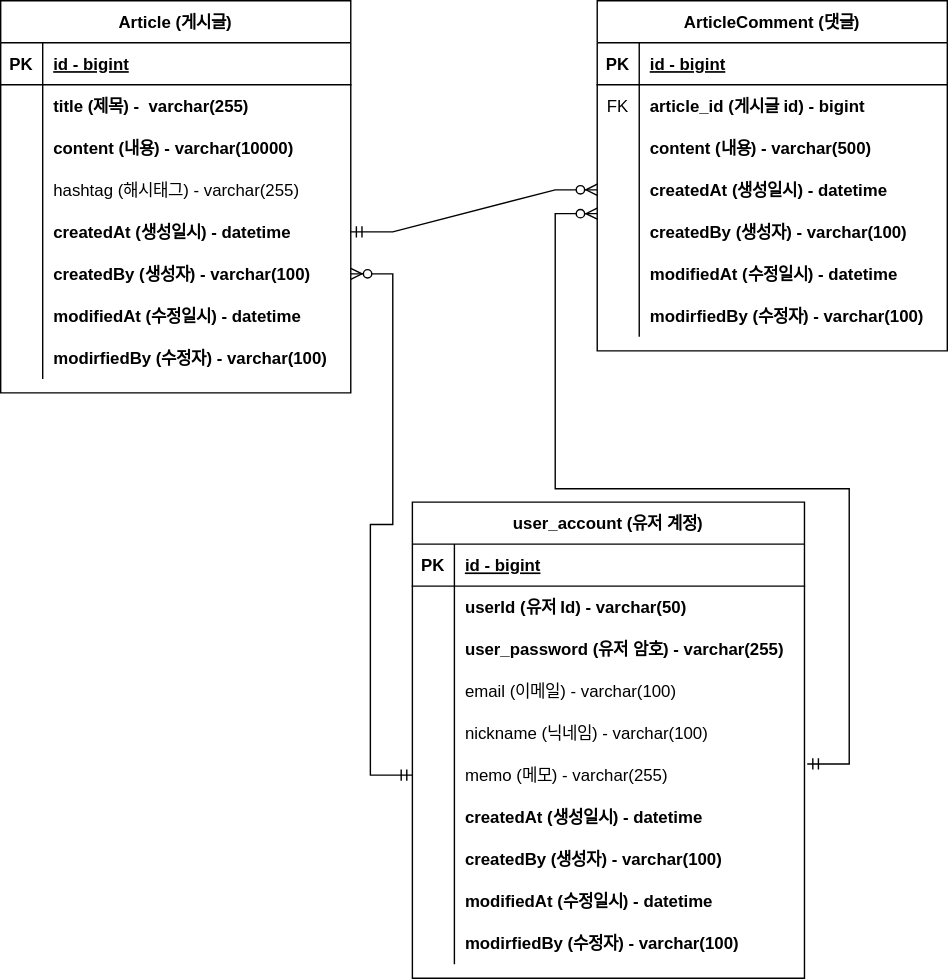
The draw.io diagram document/project-board-erd.svg in minah9999/fastcampus-project-board, before a commit. Source tidied: cells renumbered, new cells last; positions are measured from the earlier drawing's top-left corner, leaving out a move shared by most shapes.
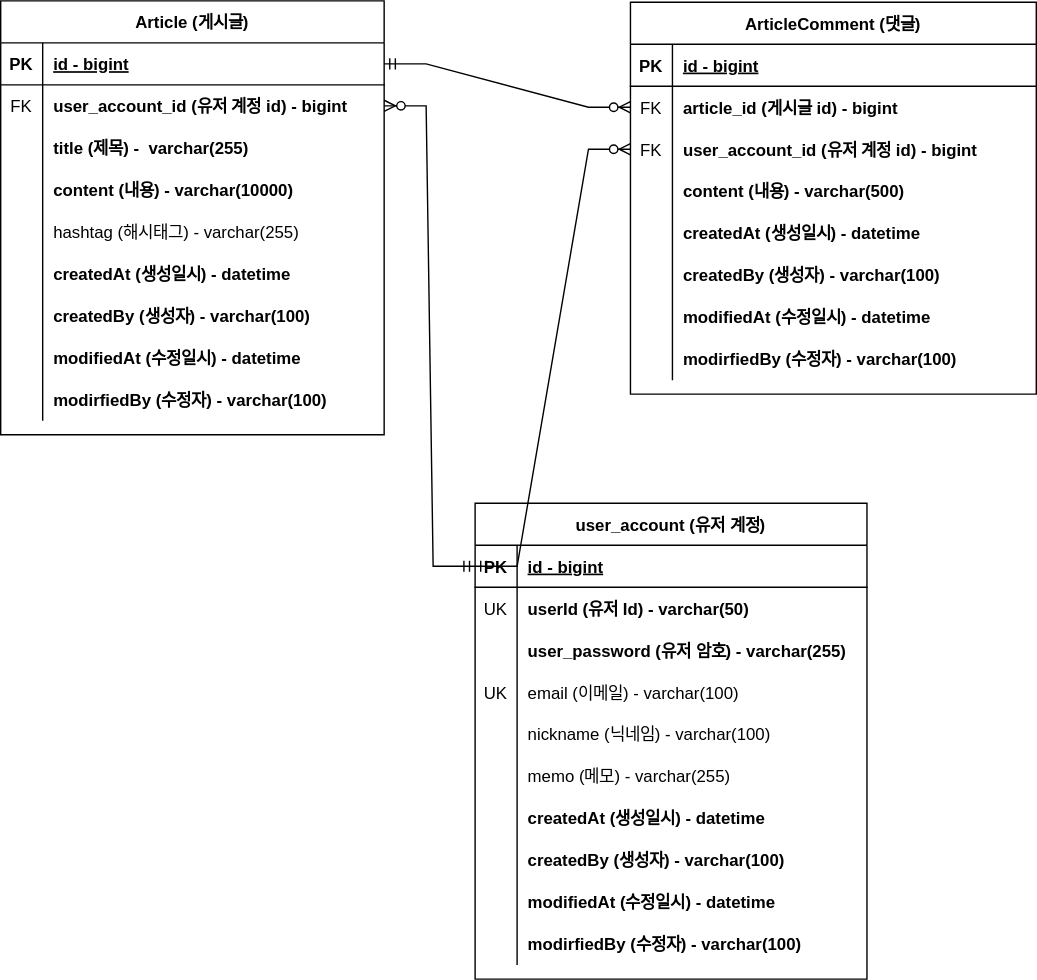
After the change.

The edit, as a diff of the source:
```diff
@@ -3,151 +3,169 @@
     <mxCell id="0" />
     <mxCell id="1" parent="0" />
     <mxCell id="2" value="Article (게시글)" style="shape=table;startSize=30;rowLines=0;fontStyle=1;align=center;" parent="1" vertex="1">
-      <mxGeometry width="250" height="280" as="geometry" />
+      <mxGeometry x="-24" y="-1" width="274" height="310" as="geometry" />
     </mxCell>
     <mxCell id="3" style="shape=partialRectangle;fillColor=none;points=[[0,0.5],[1,0.5]];portConstraint=eastwest;top=0;left=0;right=0;bottom=1;" parent="2" vertex="1">
-      <mxGeometry y="30" width="250" height="30" as="geometry" />
+      <mxGeometry y="30" width="274" height="30" as="geometry" />
     </mxCell>
     <mxCell id="4" value="PK" style="shape=partialRectangle;overflow=hidden;fillColor=none;top=0;left=0;bottom=0;right=0;fontStyle=1;" parent="3" vertex="1">
       <mxGeometry width="30" height="30" as="geometry" />
     </mxCell>
     <mxCell id="5" value="id - bigint" style="shape=partialRectangle;overflow=hidden;fillColor=none;top=0;left=0;bottom=0;right=0;align=left;spacingLeft=6;fontStyle=5;" parent="3" vertex="1">
-      <mxGeometry x="30" width="220" height="30" as="geometry" />
+      <mxGeometry x="30" width="244" height="30" as="geometry" />
     </mxCell>
     <mxCell id="6" style="shape=partialRectangle;fillColor=none;points=[[0,0.5],[1,0.5]];portConstraint=eastwest;top=0;left=0;right=0;bottom=0;" parent="2" vertex="1">
-      <mxGeometry y="60" width="250" height="30" as="geometry" />
+      <mxGeometry y="60" width="274" height="30" as="geometry" />
     </mxCell>
-    <mxCell id="7" style="shape=partialRectangle;overflow=hidden;fillColor=none;top=0;left=0;bottom=0;right=0;" parent="6" vertex="1">
+    <mxCell id="7" value="FK" style="shape=partialRectangle;overflow=hidden;fillColor=none;top=0;left=0;bottom=0;right=0;" parent="6" vertex="1">
       <mxGeometry width="30" height="30" as="geometry" />
     </mxCell>
-    <mxCell id="8" value="title (제목) -  varchar(255)" style="shape=partialRectangle;overflow=hidden;fillColor=none;top=0;left=0;bottom=0;right=0;align=left;spacingLeft=6;fontStyle=1;" parent="6" vertex="1">
-      <mxGeometry x="30" width="220" height="30" as="geometry" />
+    <mxCell id="8" value="user_account_id (유저 계정 id) - bigint" style="shape=partialRectangle;overflow=hidden;fillColor=none;top=0;left=0;bottom=0;right=0;align=left;spacingLeft=6;fontStyle=1;" parent="6" vertex="1">
+      <mxGeometry x="30" width="244" height="30" as="geometry" />
     </mxCell>
+    <mxCell id="83" style="shape=partialRectangle;fillColor=none;top=0;left=0;right=0;bottom=0;" parent="2" vertex="1">
+      <mxGeometry y="90" width="274" height="30" as="geometry" />
+    </mxCell>
+    <mxCell id="84" style="shape=partialRectangle;overflow=hidden;fillColor=none;top=0;left=0;bottom=0;right=0;" parent="83" vertex="1">
+      <mxGeometry width="30" height="30" as="geometry" />
+    </mxCell>
+    <mxCell id="85" value="title (제목) -  varchar(255)" style="shape=partialRectangle;overflow=hidden;fillColor=none;top=0;left=0;bottom=0;right=0;align=left;spacingLeft=6;fontStyle=1;" parent="83" vertex="1">
+      <mxGeometry x="30" width="244" height="30" as="geometry" />
+    </mxCell>
     <mxCell id="9" style="shape=partialRectangle;fillColor=none;top=0;left=0;right=0;bottom=0;" parent="2" vertex="1">
-      <mxGeometry y="90" width="250" height="30" as="geometry" />
+      <mxGeometry y="120" width="274" height="30" as="geometry" />
     </mxCell>
     <mxCell id="10" style="shape=partialRectangle;overflow=hidden;fillColor=none;top=0;left=0;bottom=0;right=0;" parent="9" vertex="1">
       <mxGeometry width="30" height="30" as="geometry" />
     </mxCell>
     <mxCell id="11" value="content (내용) - varchar(10000)" style="shape=partialRectangle;overflow=hidden;fillColor=none;top=0;left=0;bottom=0;right=0;align=left;spacingLeft=6;fontStyle=1;" parent="9" vertex="1">
-      <mxGeometry x="30" width="220" height="30" as="geometry" />
+      <mxGeometry x="30" width="244" height="30" as="geometry" />
     </mxCell>
     <mxCell id="12" style="shape=partialRectangle;fillColor=none;top=0;left=0;right=0;bottom=0;" parent="2" vertex="1">
-      <mxGeometry y="120" width="250" height="30" as="geometry" />
+      <mxGeometry y="150" width="274" height="30" as="geometry" />
     </mxCell>
     <mxCell id="13" style="shape=partialRectangle;overflow=hidden;fillColor=none;top=0;left=0;bottom=0;right=0;" parent="12" vertex="1">
       <mxGeometry width="30" height="30" as="geometry" />
     </mxCell>
     <mxCell id="14" value="hashtag (해시태그) - varchar(255)" style="shape=partialRectangle;overflow=hidden;fillColor=none;top=0;left=0;bottom=0;right=0;align=left;spacingLeft=6;" parent="12" vertex="1">
-      <mxGeometry x="30" width="220" height="30" as="geometry" />
+      <mxGeometry x="30" width="244" height="30" as="geometry" />
     </mxCell>
     <mxCell id="15" style="shape=partialRectangle;fillColor=none;points=[[0,0.5],[1,0.5]];portConstraint=eastwest;top=0;left=0;right=0;bottom=0;" parent="2" vertex="1">
-      <mxGeometry y="150" width="250" height="30" as="geometry" />
+      <mxGeometry y="180" width="274" height="30" as="geometry" />
     </mxCell>
     <mxCell id="16" style="shape=partialRectangle;overflow=hidden;fillColor=none;top=0;left=0;bottom=0;right=0;" parent="15" vertex="1">
       <mxGeometry width="30" height="30" as="geometry" />
     </mxCell>
     <mxCell id="17" value="createdAt (생성일시) - datetime" style="shape=partialRectangle;overflow=hidden;fillColor=none;top=0;left=0;bottom=0;right=0;align=left;spacingLeft=6;fontStyle=1;" parent="15" vertex="1">
-      <mxGeometry x="30" width="220" height="30" as="geometry" />
+      <mxGeometry x="30" width="244" height="30" as="geometry" />
     </mxCell>
     <mxCell id="18" style="shape=partialRectangle;fillColor=none;points=[[0,0.5],[1,0.5]];portConstraint=eastwest;top=0;left=0;right=0;bottom=0;" parent="2" vertex="1">
-      <mxGeometry y="180" width="250" height="30" as="geometry" />
+      <mxGeometry y="210" width="274" height="30" as="geometry" />
     </mxCell>
     <mxCell id="19" style="shape=partialRectangle;overflow=hidden;fillColor=none;top=0;left=0;bottom=0;right=0;" parent="18" vertex="1">
       <mxGeometry width="30" height="30" as="geometry" />
     </mxCell>
     <mxCell id="20" value="createdBy (생성자) - varchar(100)" style="shape=partialRectangle;overflow=hidden;fillColor=none;top=0;left=0;bottom=0;right=0;align=left;spacingLeft=6;fontStyle=1;" parent="18" vertex="1">
-      <mxGeometry x="30" width="220" height="30" as="geometry" />
+      <mxGeometry x="30" width="244" height="30" as="geometry" />
     </mxCell>
     <mxCell id="21" style="shape=partialRectangle;fillColor=none;top=0;left=0;right=0;bottom=0;" parent="2" vertex="1">
-      <mxGeometry y="210" width="250" height="30" as="geometry" />
+      <mxGeometry y="240" width="274" height="30" as="geometry" />
     </mxCell>
     <mxCell id="22" style="shape=partialRectangle;overflow=hidden;fillColor=none;top=0;left=0;bottom=0;right=0;" parent="21" vertex="1">
       <mxGeometry width="30" height="30" as="geometry" />
     </mxCell>
     <mxCell id="23" value="modifiedAt (수정일시) - datetime" style="shape=partialRectangle;overflow=hidden;fillColor=none;top=0;left=0;bottom=0;right=0;align=left;spacingLeft=6;fontStyle=1;" parent="21" vertex="1">
-      <mxGeometry x="30" width="220" height="30" as="geometry" />
+      <mxGeometry x="30" width="244" height="30" as="geometry" />
     </mxCell>
     <mxCell id="24" style="shape=partialRectangle;fillColor=none;top=0;left=0;right=0;bottom=0;" parent="2" vertex="1">
-      <mxGeometry y="240" width="250" height="30" as="geometry" />
+      <mxGeometry y="270" width="274" height="30" as="geometry" />
     </mxCell>
     <mxCell id="25" style="shape=partialRectangle;overflow=hidden;fillColor=none;top=0;left=0;bottom=0;right=0;" parent="24" vertex="1">
       <mxGeometry width="30" height="30" as="geometry" />
     </mxCell>
     <mxCell id="26" value="modirfiedBy (수정자) - varchar(100)" style="shape=partialRectangle;overflow=hidden;fillColor=none;top=0;left=0;bottom=0;right=0;align=left;spacingLeft=6;fontStyle=1;" parent="24" vertex="1">
-      <mxGeometry x="30" width="220" height="30" as="geometry" />
+      <mxGeometry x="30" width="244" height="30" as="geometry" />
     </mxCell>
     <mxCell id="27" value="ArticleComment (댓글)" style="shape=table;startSize=30;rowLines=0;fontStyle=1;align=center;" parent="1" vertex="1">
-      <mxGeometry x="426" width="250" height="250" as="geometry" />
+      <mxGeometry x="426" width="290" height="280" as="geometry" />
     </mxCell>
     <mxCell id="28" style="shape=partialRectangle;fillColor=none;top=0;left=0;right=0;bottom=1;" parent="27" vertex="1">
-      <mxGeometry y="30" width="250" height="30" as="geometry" />
+      <mxGeometry y="30" width="290" height="30" as="geometry" />
     </mxCell>
     <mxCell id="29" value="PK" style="shape=partialRectangle;overflow=hidden;fillColor=none;top=0;left=0;bottom=0;right=0;fontStyle=1;" parent="28" vertex="1">
       <mxGeometry width="30" height="30" as="geometry" />
     </mxCell>
     <mxCell id="30" value="id - bigint" style="shape=partialRectangle;overflow=hidden;fillColor=none;top=0;left=0;bottom=0;right=0;align=left;spacingLeft=6;fontStyle=5;" parent="28" vertex="1">
-      <mxGeometry x="30" width="220" height="30" as="geometry" />
+      <mxGeometry x="30" width="260" height="30" as="geometry" />
     </mxCell>
     <mxCell id="31" style="shape=partialRectangle;fillColor=none;points=[[0,0.5],[1,0.5]];portConstraint=eastwest;top=0;left=0;right=0;bottom=0;" parent="27" vertex="1">
-      <mxGeometry y="60" width="250" height="30" as="geometry" />
+      <mxGeometry y="60" width="290" height="30" as="geometry" />
     </mxCell>
     <mxCell id="32" value="FK" style="shape=partialRectangle;overflow=hidden;fillColor=none;top=0;left=0;bottom=0;right=0;" parent="31" vertex="1">
       <mxGeometry width="30" height="30" as="geometry" />
     </mxCell>
     <mxCell id="33" value="article_id (게시글 id) - bigint" style="shape=partialRectangle;overflow=hidden;fillColor=none;top=0;left=0;bottom=0;right=0;align=left;spacingLeft=6;fontStyle=1;" parent="31" vertex="1">
-      <mxGeometry x="30" width="220" height="30" as="geometry" />
+      <mxGeometry x="30" width="260" height="30" as="geometry" />
     </mxCell>
+    <mxCell id="86" style="shape=partialRectangle;fillColor=none;points=[[0,0.5],[1,0.5]];portConstraint=eastwest;top=0;left=0;right=0;bottom=0;" parent="27" vertex="1">
+      <mxGeometry y="90" width="290" height="30" as="geometry" />
+    </mxCell>
+    <mxCell id="87" value="FK" style="shape=partialRectangle;overflow=hidden;fillColor=none;top=0;left=0;bottom=0;right=0;" parent="86" vertex="1">
+      <mxGeometry width="30" height="30" as="geometry" />
+    </mxCell>
+    <mxCell id="88" value="user_account_id (유저 계정 id) - bigint" style="shape=partialRectangle;overflow=hidden;fillColor=none;top=0;left=0;bottom=0;right=0;align=left;spacingLeft=6;fontStyle=1;" parent="86" vertex="1">
+      <mxGeometry x="30" width="260" height="30" as="geometry" />
+    </mxCell>
     <mxCell id="34" style="shape=partialRectangle;fillColor=none;top=0;left=0;right=0;bottom=0;" parent="27" vertex="1">
-      <mxGeometry y="90" width="250" height="30" as="geometry" />
+      <mxGeometry y="120" width="290" height="30" as="geometry" />
     </mxCell>
     <mxCell id="35" style="shape=partialRectangle;overflow=hidden;fillColor=none;top=0;left=0;bottom=0;right=0;" parent="34" vertex="1">
       <mxGeometry width="30" height="30" as="geometry" />
     </mxCell>
     <mxCell id="36" value="content (내용) - varchar(500)" style="shape=partialRectangle;overflow=hidden;fillColor=none;top=0;left=0;bottom=0;right=0;align=left;spacingLeft=6;fontStyle=1;" parent="34" vertex="1">
-      <mxGeometry x="30" width="220" height="30" as="geometry" />
+      <mxGeometry x="30" width="260" height="30" as="geometry" />
     </mxCell>
     <mxCell id="37" style="shape=partialRectangle;fillColor=none;points=[[0,0.5],[1,0.5]];portConstraint=eastwest;top=0;left=0;right=0;bottom=0;" parent="27" vertex="1">
-      <mxGeometry y="120" width="250" height="30" as="geometry" />
+      <mxGeometry y="150" width="290" height="30" as="geometry" />
     </mxCell>
     <mxCell id="38" style="shape=partialRectangle;overflow=hidden;fillColor=none;top=0;left=0;bottom=0;right=0;" parent="37" vertex="1">
       <mxGeometry width="30" height="30" as="geometry" />
     </mxCell>
     <mxCell id="39" value="createdAt (생성일시) - datetime" style="shape=partialRectangle;overflow=hidden;fillColor=none;top=0;left=0;bottom=0;right=0;align=left;spacingLeft=6;fontStyle=1;" parent="37" vertex="1">
-      <mxGeometry x="30" width="220" height="30" as="geometry" />
+      <mxGeometry x="30" width="260" height="30" as="geometry" />
     </mxCell>
     <mxCell id="40" style="shape=partialRectangle;fillColor=none;top=0;left=0;right=0;bottom=0;" parent="27" vertex="1">
-      <mxGeometry y="150" width="250" height="30" as="geometry" />
+      <mxGeometry y="180" width="290" height="30" as="geometry" />
     </mxCell>
     <mxCell id="41" style="shape=partialRectangle;overflow=hidden;fillColor=none;top=0;left=0;bottom=0;right=0;" parent="40" vertex="1">
       <mxGeometry width="30" height="30" as="geometry" />
     </mxCell>
     <mxCell id="42" value="createdBy (생성자) - varchar(100)" style="shape=partialRectangle;overflow=hidden;fillColor=none;top=0;left=0;bottom=0;right=0;align=left;spacingLeft=6;fontStyle=1;" parent="40" vertex="1">
-      <mxGeometry x="30" width="220" height="30" as="geometry" />
+      <mxGeometry x="30" width="260" height="30" as="geometry" />
     </mxCell>
     <mxCell id="43" style="shape=partialRectangle;fillColor=none;top=0;left=0;right=0;bottom=0;" parent="27" vertex="1">
-      <mxGeometry y="180" width="250" height="30" as="geometry" />
+      <mxGeometry y="210" width="290" height="30" as="geometry" />
     </mxCell>
     <mxCell id="44" style="shape=partialRectangle;overflow=hidden;fillColor=none;top=0;left=0;bottom=0;right=0;" parent="43" vertex="1">
       <mxGeometry width="30" height="30" as="geometry" />
     </mxCell>
     <mxCell id="45" value="modifiedAt (수정일시) - datetime" style="shape=partialRectangle;overflow=hidden;fillColor=none;top=0;left=0;bottom=0;right=0;align=left;spacingLeft=6;fontStyle=1;" parent="43" vertex="1">
-      <mxGeometry x="30" width="220" height="30" as="geometry" />
+      <mxGeometry x="30" width="260" height="30" as="geometry" />
     </mxCell>
     <mxCell id="46" style="shape=partialRectangle;fillColor=none;top=0;left=0;right=0;bottom=0;" parent="27" vertex="1">
-      <mxGeometry y="210" width="250" height="30" as="geometry" />
+      <mxGeometry y="240" width="290" height="30" as="geometry" />
     </mxCell>
     <mxCell id="47" style="shape=partialRectangle;overflow=hidden;fillColor=none;top=0;left=0;bottom=0;right=0;" parent="46" vertex="1">
       <mxGeometry width="30" height="30" as="geometry" />
     </mxCell>
     <mxCell id="48" value="modirfiedBy (수정자) - varchar(100)" style="shape=partialRectangle;overflow=hidden;fillColor=none;top=0;left=0;bottom=0;right=0;align=left;spacingLeft=6;fontStyle=1;" parent="46" vertex="1">
-      <mxGeometry x="30" width="220" height="30" as="geometry" />
+      <mxGeometry x="30" width="260" height="30" as="geometry" />
     </mxCell>
-    <mxCell id="49" style="edgeStyle=entityRelationEdgeStyle;fontSize=12;html=1;endArrow=ERzeroToMany;startArrow=ERmandOne;rounded=0;exitX=1;exitY=0.5;exitDx=0;exitDy=0;entryX=0;entryY=0.5;entryDx=0;entryDy=0;" parent="1" edge="1" source="15" target="37">
+    <mxCell id="49" style="edgeStyle=entityRelationEdgeStyle;fontSize=12;html=1;endArrow=ERzeroToMany;startArrow=ERmandOne;rounded=0;exitX=1;exitY=0.5;exitDx=0;exitDy=0;entryX=0;entryY=0.5;entryDx=0;entryDy=0;" parent="1" edge="1" source="3" target="31">
       <mxGeometry relative="1" as="geometry" />
     </mxCell>
     <mxCell id="50" value="user_account (유저 계정)" style="shape=table;startSize=30;rowLines=0;fontStyle=1;align=center;" parent="1" vertex="1">
-      <mxGeometry x="294" y="358" width="280" height="340" as="geometry" />
+      <mxGeometry x="315" y="358" width="280" height="340" as="geometry" />
     </mxCell>
     <mxCell id="51" style="shape=partialRectangle;fillColor=none;points=[[0,0.5],[1,0.5]];portConstraint=eastwest;top=0;left=0;right=0;bottom=1;" parent="50" vertex="1">
       <mxGeometry y="30" width="280" height="30" as="geometry" />
@@ -161,7 +179,7 @@
     <mxCell id="54" style="shape=partialRectangle;fillColor=none;top=0;left=0;right=0;bottom=0;" parent="50" vertex="1">
       <mxGeometry y="60" width="280" height="30" as="geometry" />
     </mxCell>
-    <mxCell id="55" style="shape=partialRectangle;overflow=hidden;fillColor=none;top=0;left=0;bottom=0;right=0;" parent="54" vertex="1">
+    <mxCell id="55" value="UK" style="shape=partialRectangle;overflow=hidden;fillColor=none;top=0;left=0;bottom=0;right=0;" parent="54" vertex="1">
       <mxGeometry width="30" height="30" as="geometry" />
     </mxCell>
     <mxCell id="56" value="userId (유저 Id) - varchar(50)" style="shape=partialRectangle;overflow=hidden;fillColor=none;top=0;left=0;bottom=0;right=0;align=left;spacingLeft=6;fontStyle=1;" parent="54" vertex="1">
@@ -179,7 +197,7 @@
     <mxCell id="60" style="shape=partialRectangle;fillColor=none;top=0;left=0;right=0;bottom=0;" parent="50" vertex="1">
       <mxGeometry y="120" width="280" height="30" as="geometry" />
     </mxCell>
-    <mxCell id="61" style="shape=partialRectangle;overflow=hidden;fillColor=none;top=0;left=0;bottom=0;right=0;" parent="60" vertex="1">
+    <mxCell id="61" value="UK" style="shape=partialRectangle;overflow=hidden;fillColor=none;top=0;left=0;bottom=0;right=0;" parent="60" vertex="1">
       <mxGeometry width="30" height="30" as="geometry" />
     </mxCell>
     <mxCell id="62" value="email (이메일) - varchar(100)" style="shape=partialRectangle;overflow=hidden;fillColor=none;top=0;left=0;bottom=0;right=0;align=left;spacingLeft=6;" parent="60" vertex="1">
@@ -239,13 +257,11 @@
     <mxCell id="80" value="modirfiedBy (수정자) - varchar(100)" style="shape=partialRectangle;overflow=hidden;fillColor=none;top=0;left=0;bottom=0;right=0;align=left;spacingLeft=6;fontStyle=1;" parent="78" vertex="1">
       <mxGeometry x="30" width="250" height="30" as="geometry" />
     </mxCell>
-    <mxCell id="81" style="edgeStyle=entityRelationEdgeStyle;fontSize=12;html=1;endArrow=ERzeroToMany;startArrow=ERmandOne;rounded=0;exitX=0;exitY=0.5;exitDx=0;exitDy=0;entryX=1;entryY=0.5;entryDx=0;entryDy=0;" parent="1" edge="1" source="66" target="18">
+    <mxCell id="81" style="edgeStyle=entityRelationEdgeStyle;fontSize=12;html=1;endArrow=ERzeroToMany;startArrow=ERmandOne;rounded=0;exitX=0;exitY=0.5;exitDx=0;exitDy=0;entryX=1;entryY=0.5;entryDx=0;entryDy=0;" parent="1" edge="1" source="51" target="6">
       <mxGeometry relative="1" as="geometry" />
     </mxCell>
-    <mxCell id="82" style="edgeStyle=entityRelationEdgeStyle;fontSize=12;html=1;endArrow=ERzeroToMany;startArrow=ERmandOne;rounded=0;exitX=1.007;exitY=0.233;exitDx=0;exitDy=0;exitPerimeter=0;" parent="1" edge="1" source="66">
-      <mxGeometry relative="1" as="geometry">
-        <mxPoint x="426" y="152" as="targetPoint" />
-      </mxGeometry>
-    </mxCell>
+    <mxCell id="89" style="edgeStyle=entityRelationEdgeStyle;fontSize=12;html=1;endArrow=ERzeroToMany;startArrow=ERmandOne;rounded=0;entryX=0;entryY=0.5;entryDx=0;entryDy=0;exitX=0;exitY=0.5;exitDx=0;exitDy=0;" parent="1" edge="1" source="51" target="86">
+      <mxGeometry relative="1" as="geometry" />
+    </mxCell>
   </root>
 </mxGraphModel>
```
